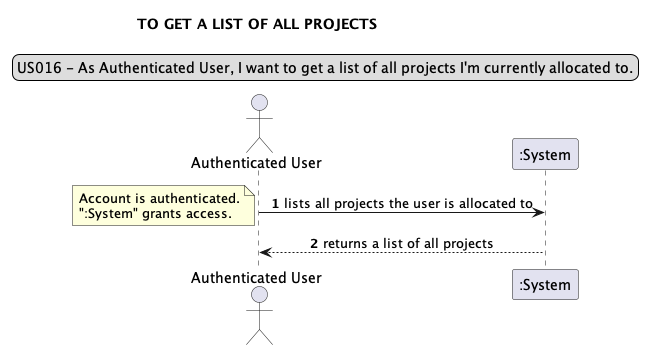
Above: docs/requirements_gathering/system_sequence_diagrams/sprint02/SSD016-TO_GET_A_LIST_OF_ALL_PROJECTS.png in Loracline/project_switch_22-23 (PlantUML), before the change.
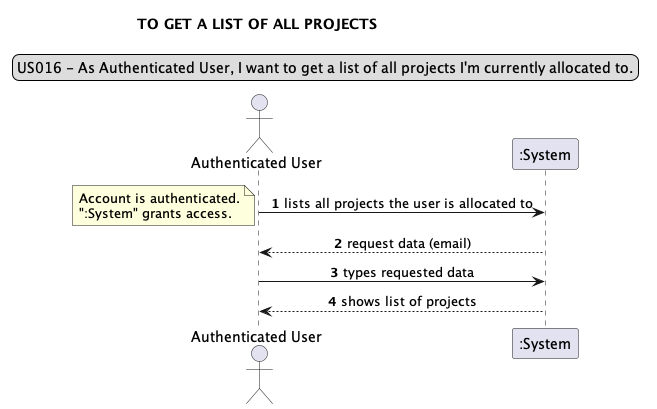
The same file after the commit.

Commit message:
No US number: Design: SSD's | Update System Sequence Diagram and png files according to new version

Diff of the diagram source:
```diff
@@ -11,6 +11,8 @@
 Account is authenticated.
 ":System" grants access.
 end note
-"Authenticated User" <-- ":System": returns a list of all projects
+"Authenticated User" <-- ":System": request data (email)
+"Authenticated User" -> ":System": types requested data
+"Authenticated User" <-- ":System": shows list of projects
 
 @enduml
```
